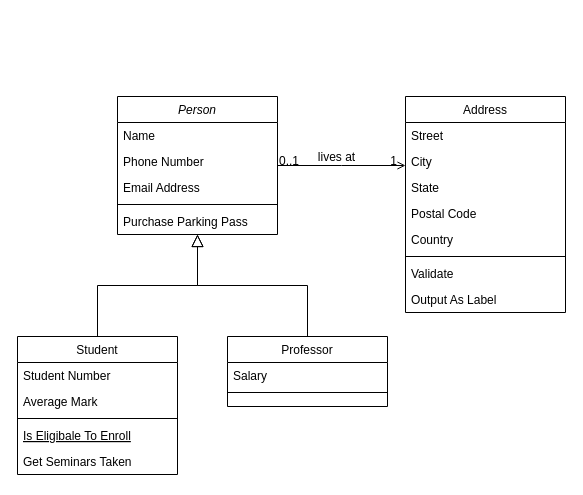
Earlier version of the draw.io diagram erb/lightbnb erb.drawio (Kevinliao0857/LighthouseBnB). Source tidied: cells renumbered, new cells numbered last; positions are measured from the earlier drawing's top-left corner, leaving out a move shared by most shapes. Both pictures are drawn from the tidied source at 100%, with x=0, y=0 at pixel (17, 96).
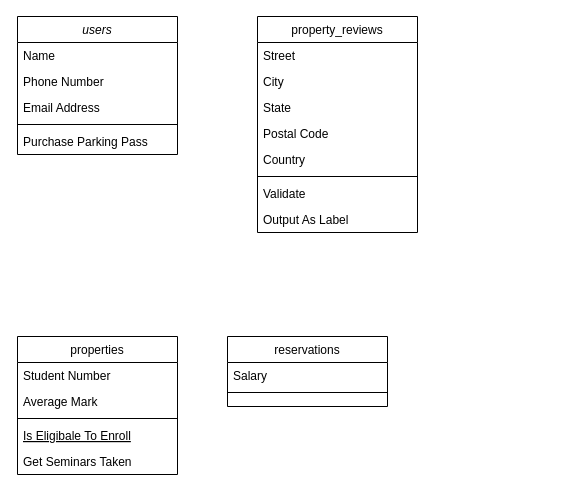
After the change.

Diff of the diagram source:
```diff
@@
-    <mxCell id="2" value="Person" style="swimlane;fontStyle=2;align=center;verticalAlign=top;horizontal=1;startSize=26;rounded=0;shadow=0;strokeWidth=1;" parent="1" vertex="1">
-      <mxGeometry x="100" width="160" height="138" as="geometry" />
+    <mxCell id="2" value="users" style="swimlane;fontStyle=2;align=center;verticalAlign=top;horizontal=1;startSize=26;rounded=0;shadow=0;strokeWidth=1;" parent="1" vertex="1">
+      <mxGeometry y="-80" width="160" height="138" as="geometry" />
     </mxCell>
@@
-    <mxCell id="8" value="Student" style="swimlane;fontStyle=0;align=center;verticalAlign=top;horizontal=1;startSize=26;rounded=0;shadow=0;strokeWidth=1;" parent="1" vertex="1">
+    <mxCell id="8" value="properties" style="swimlane;fontStyle=0;align=center;verticalAlign=top;horizontal=1;startSize=26;rounded=0;shadow=0;strokeWidth=1;" parent="1" vertex="1">
       <mxGeometry y="240" width="160" height="138" as="geometry" />
     </mxCell>
@@
-    <mxCell id="14" style="endArrow=block;endSize=10;endFill=0;shadow=0;strokeWidth=1;rounded=0;edgeStyle=elbowEdgeStyle;elbow=vertical;" parent="1" edge="1" source="8" target="2">
-      <mxGeometry relative="1" as="geometry" />
-    </mxCell>
-    <mxCell id="15" value="Professor" style="swimlane;fontStyle=0;align=center;verticalAlign=top;horizontal=1;startSize=26;rounded=0;shadow=0;strokeWidth=1;" parent="1" vertex="1">
+    <mxCell id="15" value="reservations" style="swimlane;fontStyle=0;align=center;verticalAlign=top;horizontal=1;startSize=26;rounded=0;shadow=0;strokeWidth=1;" parent="1" vertex="1">
       <mxGeometry x="210" y="240" width="160" height="70" as="geometry" />
     </mxCell>
@@
-    <mxCell id="18" style="endArrow=block;endSize=10;endFill=0;shadow=0;strokeWidth=1;rounded=0;edgeStyle=elbowEdgeStyle;elbow=vertical;" parent="1" edge="1" source="15" target="2">
-      <mxGeometry relative="1" as="geometry" />
-    </mxCell>
-    <mxCell id="19" value="Address" style="swimlane;fontStyle=0;align=center;verticalAlign=top;horizontal=1;startSize=26;rounded=0;shadow=0;strokeWidth=1;" parent="1" vertex="1">
-      <mxGeometry x="388" width="160" height="216" as="geometry" />
+    <mxCell id="19" value="property_reviews" style="swimlane;fontStyle=0;align=center;verticalAlign=top;horizontal=1;startSize=26;rounded=0;shadow=0;strokeWidth=1;" parent="1" vertex="1">
+      <mxGeometry x="240" y="-80" width="160" height="216" as="geometry" />
     </mxCell>
@@
-    <mxCell id="28" style="endArrow=open;shadow=0;strokeWidth=1;rounded=0;endFill=1;edgeStyle=elbowEdgeStyle;elbow=vertical;" parent="1" edge="1" source="2" target="19">
-      <mxGeometry x="0.5" y="41" relative="1" as="geometry">
-        <mxPoint x="-40" y="32" as="offset" />
-      </mxGeometry>
-    </mxCell>
-    <mxCell id="29" value="0..1" style="align=left;verticalAlign=bottom;labelBackgroundColor=none;fontSize=12;" parent="28" vertex="1">
-      <mxGeometry x="-1" relative="1" as="geometry">
-        <mxPoint y="4" as="offset" />
-      </mxGeometry>
-    </mxCell>
-    <mxCell id="30" value="1" style="align=right;verticalAlign=bottom;labelBackgroundColor=none;fontSize=12;" parent="28" vertex="1">
-      <mxGeometry x="1" relative="1" as="geometry">
-        <mxPoint x="-7" y="4" as="offset" />
-      </mxGeometry>
-    </mxCell>
-    <mxCell id="31" value="lives at" style="text;html=1;align=center;verticalAlign=middle;labelBackgroundColor=none;rounded=0;shadow=0;strokeWidth=1;fontSize=12;" parent="28" vertex="1">
-      <mxGeometry x="0.5" y="49" relative="1" as="geometry">
-        <mxPoint x="-38" y="40" as="offset" />
-      </mxGeometry>
-    </mxCell>
```
